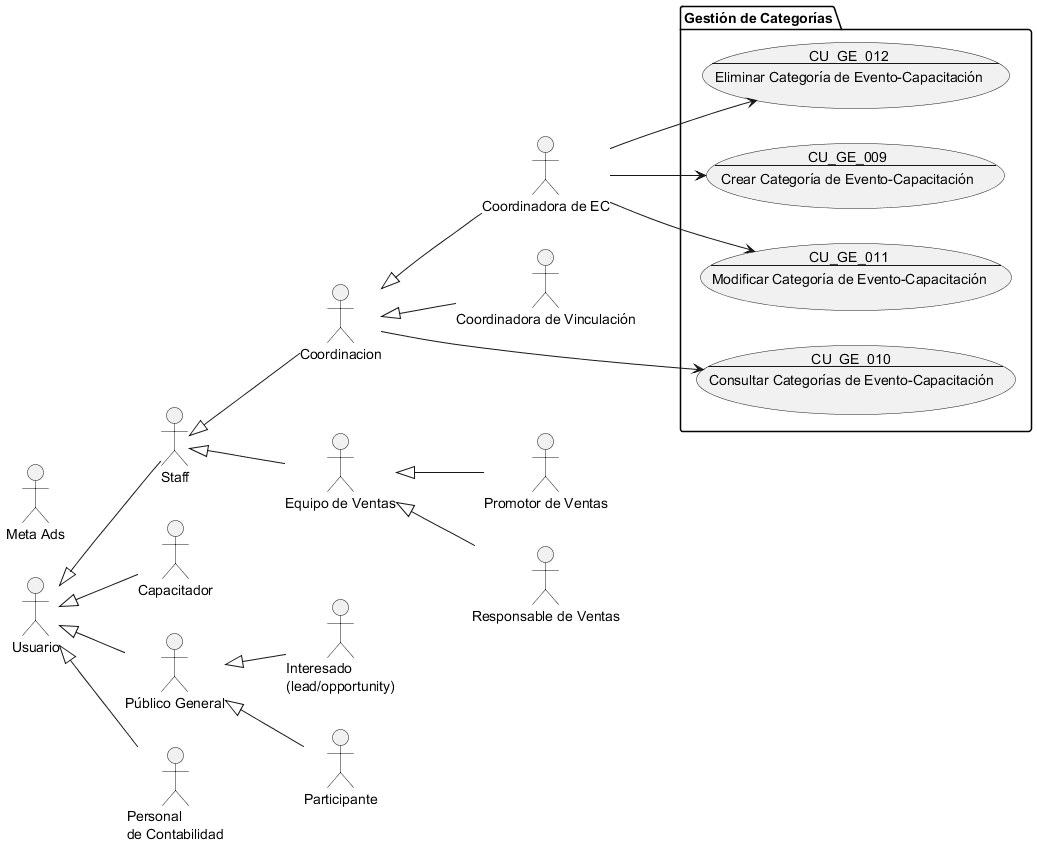
Proyectos-Vinculacion-FMAT/ECFCA keeps this PlantUML diagram as Docs/Requerimientos/Diagramas/img/Gestión de Categorías.png. Above is the earlier version. The source it was exported from:
```plantuml
@startuml Gestión de Categorías

!include Actores.puml

package "Gestión de Categorías" {
    usecase CU_GE_009 as "
    CU_GE_009
    ---
    Crear Categoría de Evento-Capacitación
    "
    usecase CU_GE_010 as "
    CU_GE_010
    ---
    Consultar Categorías de Evento-Capacitación
    "
    usecase CU_GE_011 as "
    CU_GE_011
    ---
    Modificar Categoría de Evento-Capacitación
    "
    usecase CU_GE_012 as "
    CU_GE_012
    ---
    Eliminar Categoría de Evento-Capacitación
    "
}

coordinadora_ec --> CU_GE_009
Coordinacion --> CU_GE_010
coordinadora_ec --> CU_GE_011
coordinadora_ec --> CU_GE_012

@enduml
```
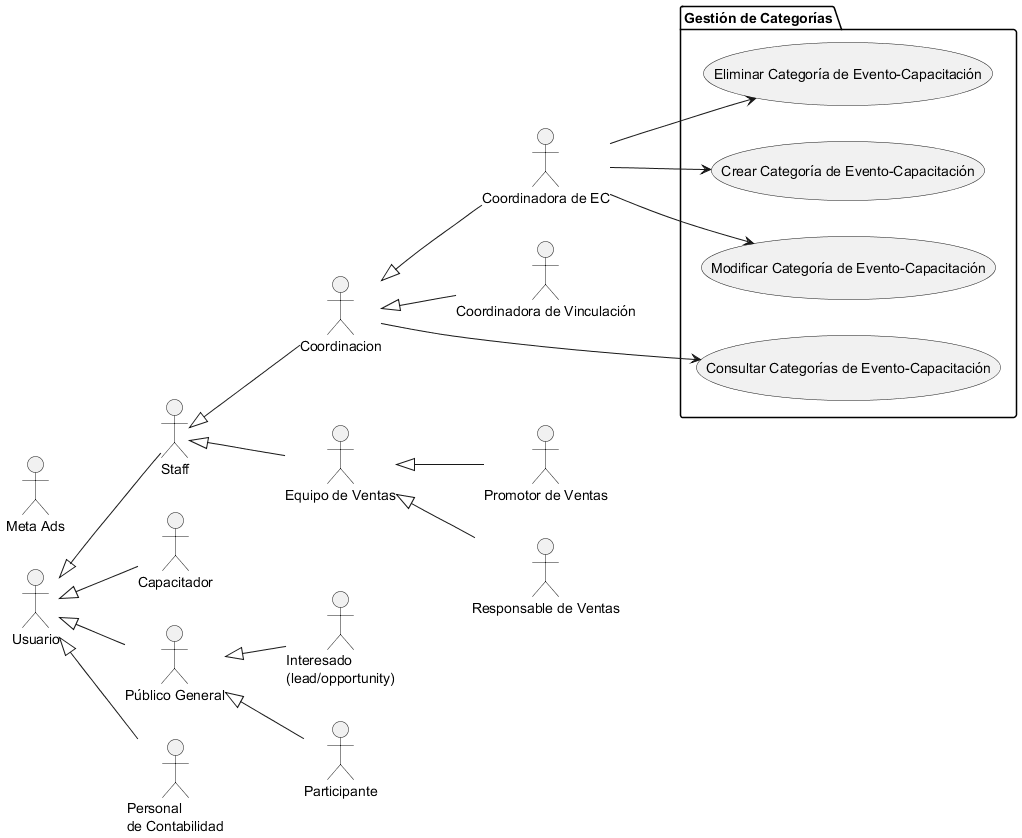
The same diagram one commit later.

Change to the diagram source:
```diff
@@ -3,26 +3,10 @@
 !include Actores.puml
 
 package "Gestión de Categorías" {
-    usecase CU_GE_009 as "
-    CU_GE_009
-    ---
-    Crear Categoría de Evento-Capacitación
-    "
-    usecase CU_GE_010 as "
-    CU_GE_010
-    ---
-    Consultar Categorías de Evento-Capacitación
-    "
-    usecase CU_GE_011 as "
-    CU_GE_011
-    ---
-    Modificar Categoría de Evento-Capacitación
-    "
-    usecase CU_GE_012 as "
-    CU_GE_012
-    ---
-    Eliminar Categoría de Evento-Capacitación
-    "
+    usecase CU_GE_009 as "Crear Categoría de Evento-Capacitación"
+    usecase CU_GE_010 as "Consultar Categorías de Evento-Capacitación"
+    usecase CU_GE_011 as "Modificar Categoría de Evento-Capacitación"
+    usecase CU_GE_012 as "Eliminar Categoría de Evento-Capacitación"
 }
 
 coordinadora_ec --> CU_GE_009
```
